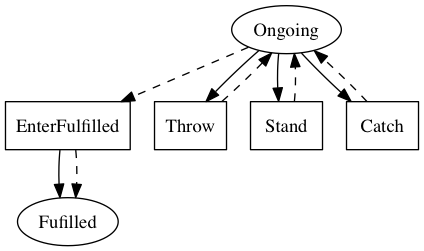
Before: linear_state_machine_language/pyL4/examples/out_graphviz/toy_and_teaching/minimal_future-actions.png, a diagram exported from Graphviz (Marcao02/complaw-deeptech). Its source is kept beside it as linear_state_machine_language/pyL4/examples/out_graphviz/toy_and_teaching/minimal_future-actions.dot.
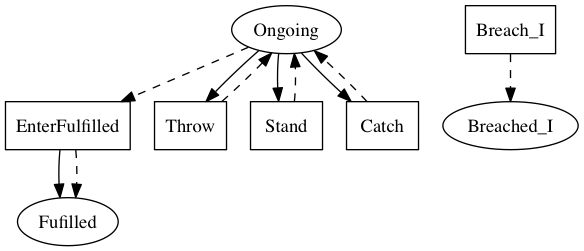
Above is the later version.

The edit, as a diff of the source:
```diff
@@ -1,13 +1,15 @@
 
 digraph test_contract_for_must_later {
     Fulfilled[label=Fufilled];
-    Ongoing[label=Ongoing]
+    Ongoing[label=Ongoing];
+	Breached_I[label=Breached_I]
 
     EnterFulfilled[label=EnterFufilled,shape=box];
     Throw[label=Throw,shape=box];
 	Stand[label=Stand,shape=box];
 	Catch[label=Catch,shape=box];
-	EnterFulfilled[label=EnterFulfilled,shape=box]
+	EnterFulfilled[label=EnterFulfilled,shape=box];
+	Breach_I[label=Breach_I,shape=box]
 
     EnterFulfilled -> Fulfilled;
 
@@ -20,6 +22,7 @@
 	Stand -> Ongoing [style=dashed];
 	Catch -> Ongoing [style=dashed];
 	EnterFulfilled -> Fulfilled [style=dashed];
+	Breach_I -> Breached_I [style=dashed];
 
 
 
```
